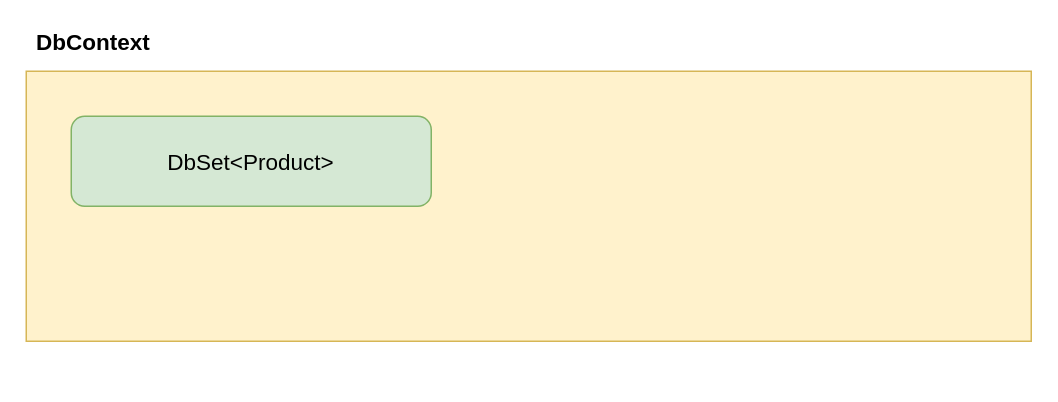
The draw.io diagram page "EF CORE" (2 of 2) of Draws.drawio in zcomert/btk-akademi-aspnet-core-mvc-bootcamp-samsun, before the edit. Source tidied: cells renumbered, new cells numbered last; positions are measured from the earlier drawing's top-left corner, leaving out a move shared by most shapes. Both pictures are drawn from the tidied source at 150%, with x=0, y=0 at pixel (26, 26).
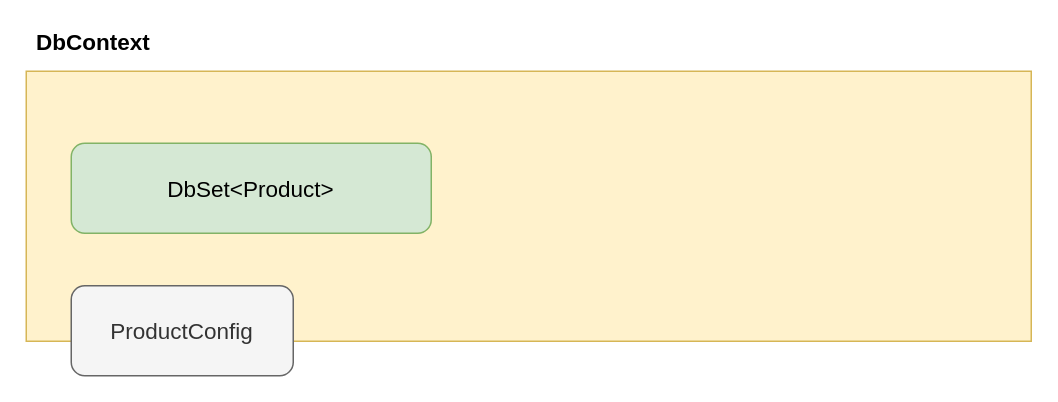
The same diagram, later.

What changed in the source:
```diff
@@
 <mxGraphModel>
   <root>
     <mxCell id="0" />
     <mxCell id="1" parent="0" />
     <mxCell id="2" style="rounded=0;whiteSpace=wrap;html=1;fillColor=#fff2cc;strokeColor=#d6b656;" parent="1" vertex="1">
       <mxGeometry y="30" width="670" height="180" as="geometry" />
     </mxCell>
     <mxCell id="3" value="DbContext" style="text;html=1;strokeColor=none;fillColor=none;align=center;verticalAlign=middle;whiteSpace=wrap;rounded=0;fontSize=15;fontStyle=1;" parent="1" vertex="1">
       <mxGeometry width="90" height="20" as="geometry" />
     </mxCell>
     <mxCell id="4" value="DbSet&amp;lt;Product&amp;gt;" style="rounded=1;whiteSpace=wrap;html=1;fontSize=15;fillColor=#d5e8d4;strokeColor=#82b366;" parent="1" vertex="1">
-      <mxGeometry x="30" y="60" width="240" height="60" as="geometry" />
+      <mxGeometry x="30" y="78" width="240" height="60" as="geometry" />
     </mxCell>
+    <mxCell id="5" value="ProductConfig" style="rounded=1;whiteSpace=wrap;html=1;fontSize=15;fillColor=#f5f5f5;strokeColor=#666666;fontColor=#333333;" parent="1" vertex="1">
+      <mxGeometry x="30" y="173" width="148" height="60" as="geometry" />
+    </mxCell>
   </root>
 </mxGraphModel>
```
